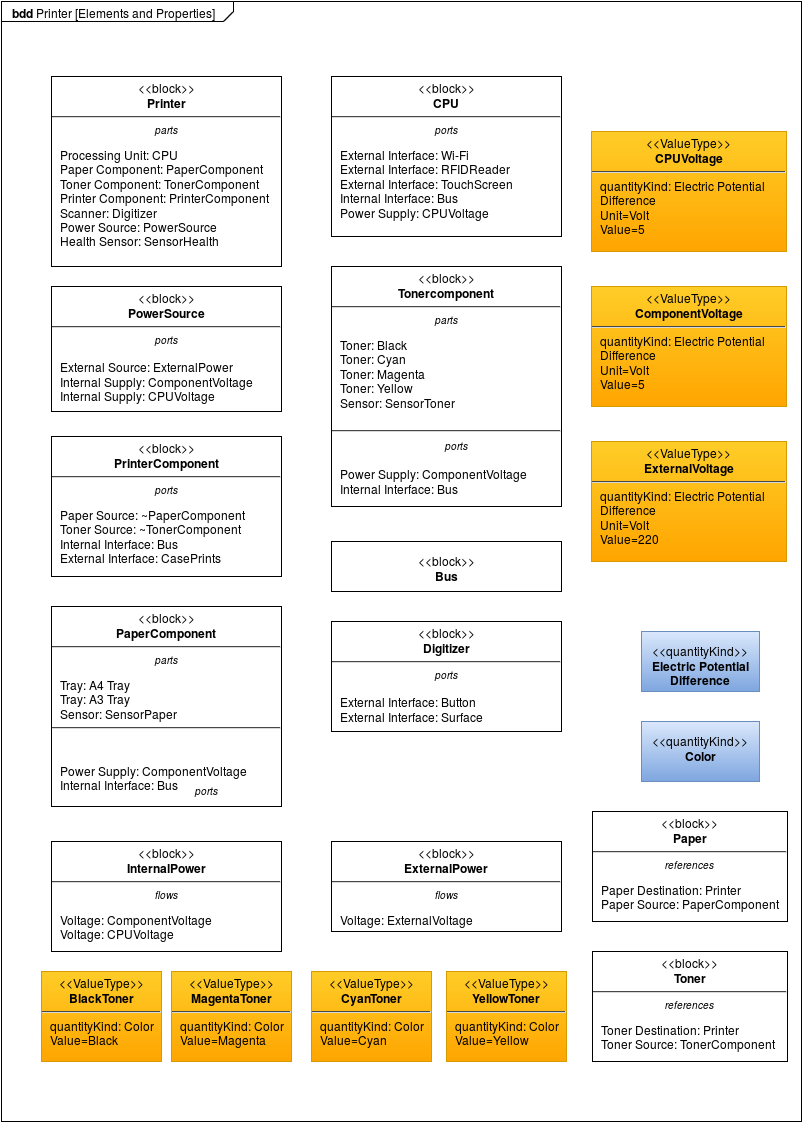
Earlier version of the draw.io export recursos_ent3/bdd_printer_prop.png (henrical/AMS). Source tidied: cells renumbered, new cells last; positions are measured from the earlier drawing's top-left corner, leaving out a move shared by most shapes.
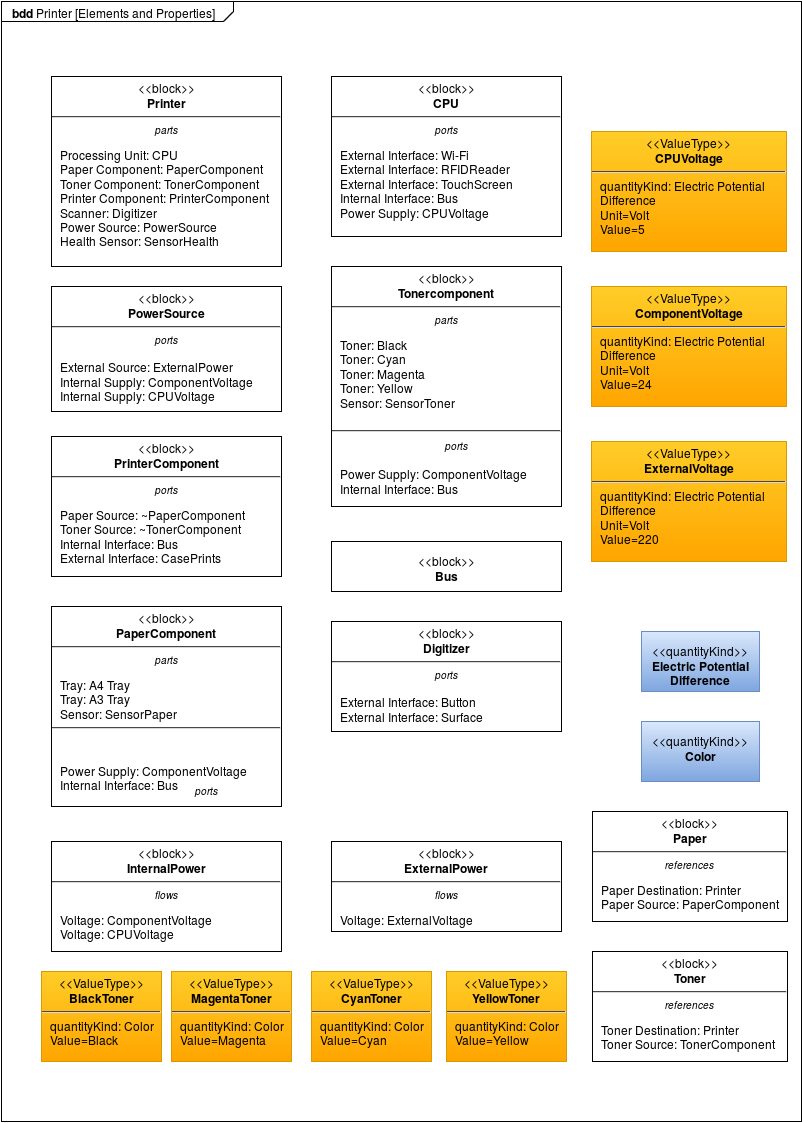
After the change.

Diff of the diagram source:
```diff
@@ -53,7 +53,7 @@
     <mxCell id="18" value="&lt;p style=&quot;margin: 0px ; margin-top: 4px ; text-align: center&quot;&gt;&amp;lt;&amp;lt;ValueType&amp;gt;&amp;gt;&lt;br&gt;&lt;b&gt;CPUVoltage&lt;/b&gt;&lt;br&gt;&lt;/p&gt;&lt;hr&gt;&lt;p style=&quot;margin: 0px ; margin-left: 8px ; text-align: left&quot;&gt;quantityKind: Electric Potential Difference&lt;br&gt;&lt;/p&gt;&lt;p style=&quot;margin: 0px ; margin-left: 8px ; text-align: left&quot;&gt;Unit=Volt&lt;/p&gt;&lt;p style=&quot;margin: 0px ; margin-left: 8px ; text-align: left&quot;&gt;Value=5&lt;br&gt;&lt;/p&gt;&lt;br&gt;&lt;p style=&quot;margin: 0px ; margin-left: 8px ; text-align: left&quot;&gt;&lt;br&gt;&lt;/p&gt;" style="shape=rect;html=1;overflow=fill;verticalAlign=top;align=left;whiteSpace=wrap;plain-orange;" parent="1" vertex="1">
       <mxGeometry x="590" y="130" width="195" height="120" as="geometry" />
     </mxCell>
-    <mxCell id="19" value="&lt;p style=&quot;margin: 0px ; margin-top: 4px ; text-align: center&quot;&gt;&amp;lt;&amp;lt;ValueType&amp;gt;&amp;gt;&lt;br&gt;&lt;b&gt;ComponentVoltage&lt;/b&gt;&lt;br&gt;&lt;/p&gt;&lt;hr&gt;&lt;p style=&quot;margin: 0px ; margin-left: 8px ; text-align: left&quot;&gt;quantityKind: Electric Potential Difference&lt;br&gt;&lt;/p&gt;&lt;p style=&quot;margin: 0px ; margin-left: 8px ; text-align: left&quot;&gt;Unit=Volt&lt;/p&gt;&lt;p style=&quot;margin: 0px ; margin-left: 8px ; text-align: left&quot;&gt;Value=5&lt;br&gt;&lt;/p&gt;&lt;br&gt;&lt;p style=&quot;margin: 0px ; margin-left: 8px ; text-align: left&quot;&gt;&lt;br&gt;&lt;/p&gt;" style="shape=rect;html=1;overflow=fill;verticalAlign=top;align=left;whiteSpace=wrap;plain-orange;" parent="1" vertex="1">
+    <mxCell id="19" value="&lt;p style=&quot;margin: 0px ; margin-top: 4px ; text-align: center&quot;&gt;&amp;lt;&amp;lt;ValueType&amp;gt;&amp;gt;&lt;br&gt;&lt;b&gt;ComponentVoltage&lt;/b&gt;&lt;br&gt;&lt;/p&gt;&lt;hr&gt;&lt;p style=&quot;margin: 0px ; margin-left: 8px ; text-align: left&quot;&gt;quantityKind: Electric Potential Difference&lt;br&gt;&lt;/p&gt;&lt;p style=&quot;margin: 0px ; margin-left: 8px ; text-align: left&quot;&gt;Unit=Volt&lt;/p&gt;&lt;p style=&quot;margin: 0px ; margin-left: 8px ; text-align: left&quot;&gt;Value=24&lt;br&gt;&lt;/p&gt;&lt;br&gt;&lt;p style=&quot;margin: 0px ; margin-left: 8px ; text-align: left&quot;&gt;&lt;br&gt;&lt;/p&gt;" style="shape=rect;html=1;overflow=fill;verticalAlign=top;align=left;whiteSpace=wrap;plain-orange;" parent="1" vertex="1">
       <mxGeometry x="590" y="285" width="195" height="120" as="geometry" />
     </mxCell>
     <mxCell id="20" value="&lt;p style=&quot;margin: 0px ; margin-top: 4px ; text-align: center&quot;&gt;&amp;lt;&amp;lt;block&amp;gt;&amp;gt;&lt;br&gt;&lt;b&gt;InternalPower&lt;/b&gt;&lt;br&gt;&lt;/p&gt;&lt;hr&gt;&lt;p style=&quot;font-size: 10px ; margin: 0px ; text-align: center&quot;&gt;&lt;i&gt;flows&lt;/i&gt;&lt;br&gt;&lt;/p&gt;&lt;p style=&quot;font-size: 10px ; margin: 0px ; text-align: center&quot;&gt;&lt;i&gt;&lt;/i&gt;&lt;br&gt;&lt;/p&gt;&lt;p style=&quot;margin: 0px ; margin-left: 8px ; text-align: left&quot;&gt;Voltage: ComponentVoltage&lt;/p&gt;&lt;p style=&quot;margin: 0px ; margin-left: 8px ; text-align: left&quot;&gt;Voltage: CPUVoltage&lt;br&gt;&lt;/p&gt;&lt;p style=&quot;margin: 0px ; margin-left: 8px ; text-align: left&quot;&gt;&lt;br&gt;&lt;/p&gt;&lt;p style=&quot;margin: 0px ; margin-left: 8px ; text-align: left&quot;&gt;&lt;br&gt;&lt;/p&gt;" style="shape=rect;html=1;overflow=fill;verticalAlign=top;align=left;whiteSpace=wrap;" parent="1" vertex="1">
```
